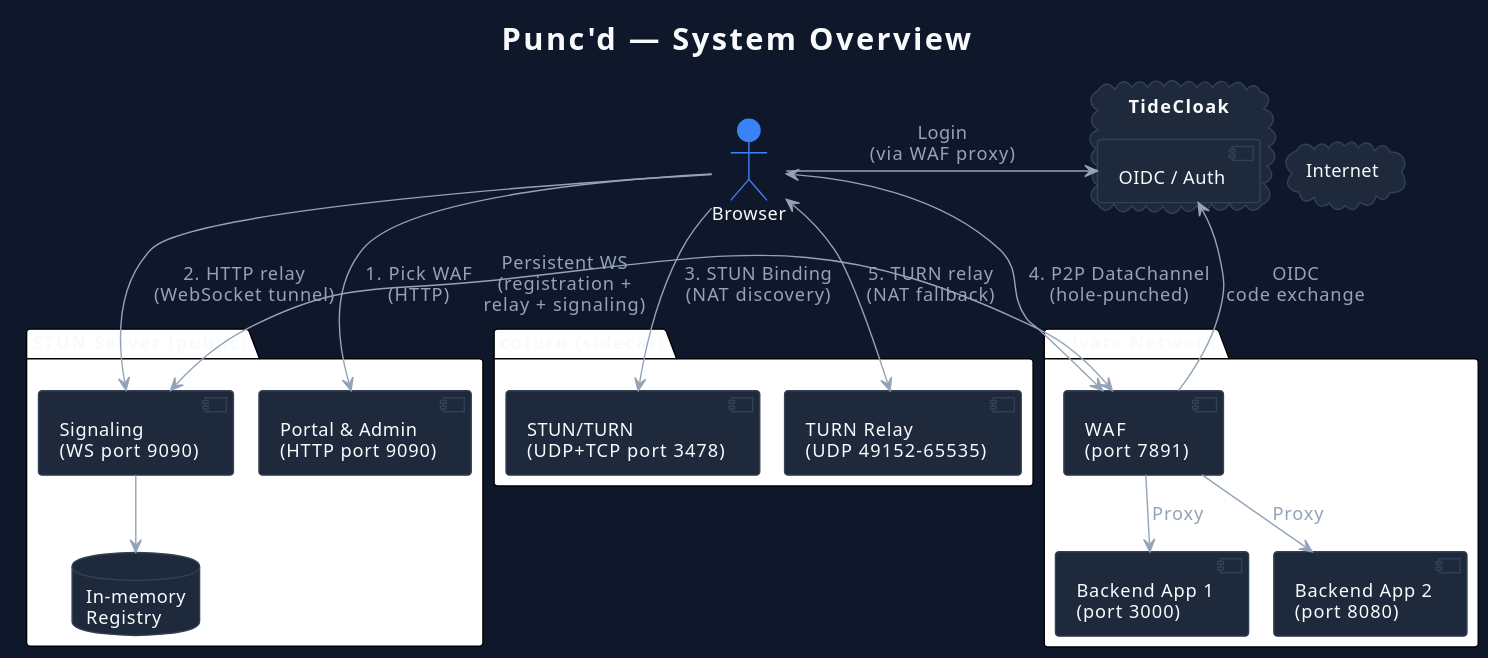
Above: bridges/punchd-bridge/docs/diagrams/system-overview.svg in tide-foundation/keylessh-m2 (PlantUML), before the change. The source it was exported from:
```plantuml
@startuml
!theme plain
!pragma layout smetana
title Punc'd — System Overview

skinparam {
  backgroundColor #0f172a
  defaultFontColor #f8fafc
  defaultFontName "Segoe UI"
  defaultFontSize 13
  ArrowColor #94a3b8
  ArrowFontColor #94a3b8
  NoteBackgroundColor #1e293b
  NoteBorderColor #334155
  NoteFontColor #f8fafc
  ComponentBackgroundColor #1e293b
  ComponentBorderColor #334155
  ComponentFontColor #f8fafc
  DatabaseBackgroundColor #1e293b
  DatabaseBorderColor #334155
  DatabaseFontColor #f8fafc
  CloudBackgroundColor #1e293b
  CloudBorderColor #334155
  CloudFontColor #f8fafc
  RectangleBorderColor #334155
  RectangleBackgroundColor #1e293b
  RectangleFontColor #f8fafc
  ActorBorderColor #3b82f6
  ActorBackgroundColor #1e293b
  ActorFontColor #f8fafc
}

actor "Browser" as browser #3b82f6

cloud "Internet" as inet {
}

package "STUN Server (public)" as stun {
  component "Signaling\n(WS port 9090)" as sig
  component "Portal & Admin\n(HTTP port 9090)" as portal
  database "In-memory\nRegistry" as reg
}

package "coturn (sidecar)" as coturnpkg {
  component "STUN/TURN\n(UDP+TCP port 3478)" as stunproto
  component "TURN Relay\n(UDP 49152-65535)" as relay
}

package "Private Network" as priv {
  component "WAF\n(port 7891)" as waf
  component "Backend App 1\n(port 3000)" as app1
  component "Backend App 2\n(port 8080)" as app2
}

cloud "TideCloak" as tc {
  component "OIDC / Auth" as oidc
}

browser -down-> portal : "1. Pick WAF\n(HTTP)"
browser -down-> sig : "2. HTTP relay\n(WebSocket tunnel)"
browser -down-> stunproto : "3. STUN Binding\n(NAT discovery)"
browser <-down-> relay : "5. TURN relay\n(NAT fallback)"
browser <-right-> waf : "4. P2P DataChannel\n(hole-punched)"

sig <-right-> waf : "Persistent WS\n(registration +\nrelay + signaling)"
sig -down-> reg

waf -down-> app1 : "Proxy"
waf -down-> app2 : "Proxy"
waf -left-> oidc : "OIDC\ncode exchange"
browser -right-> oidc : "Login\n(via WAF proxy)"
@enduml
```
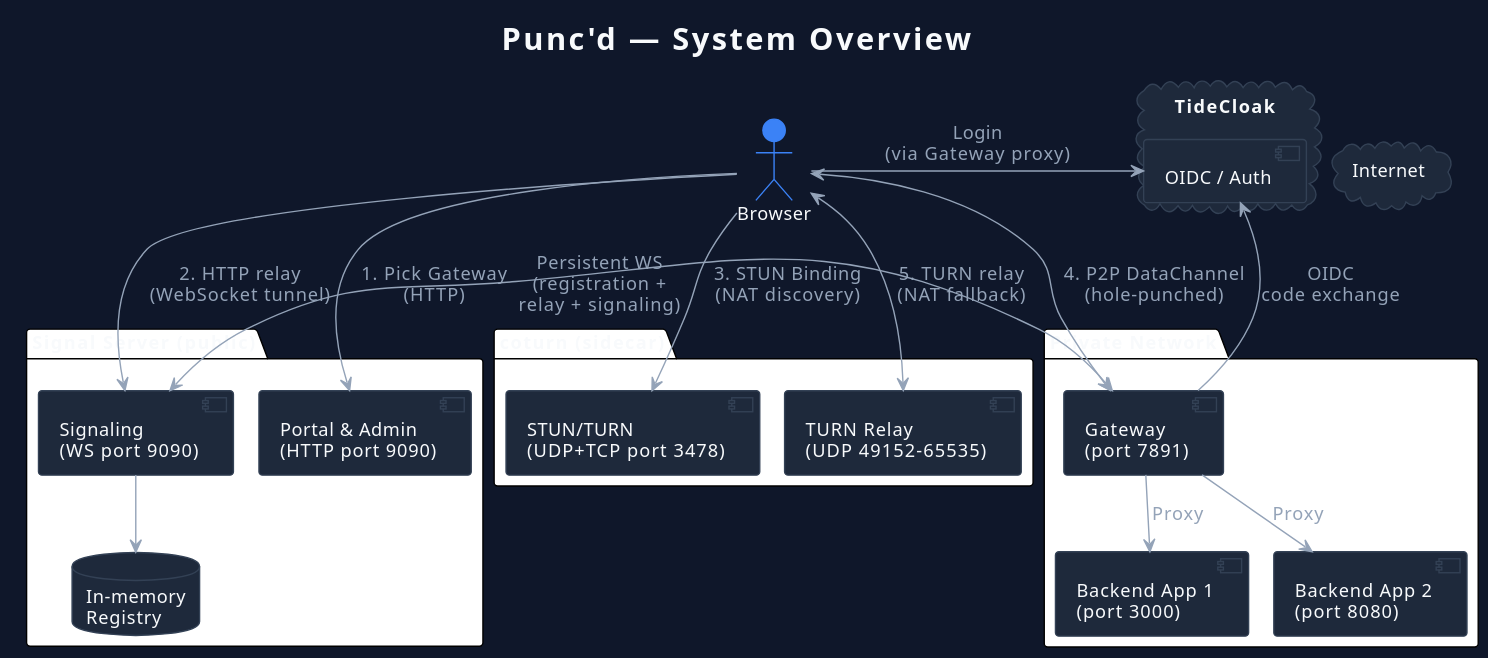
After the change.

Change to the diagram source:
```diff
@@ -35,7 +35,7 @@
 cloud "Internet" as inet {
 }
 
-package "STUN Server (public)" as stun {
+package "Signal Server (public)" as stun {
   component "Signaling\n(WS port 9090)" as sig
   component "Portal & Admin\n(HTTP port 9090)" as portal
   database "In-memory\nRegistry" as reg
@@ -47,7 +47,7 @@
 }
 
 package "Private Network" as priv {
-  component "WAF\n(port 7891)" as waf
+  component "Gateway\n(port 7891)" as gw
   component "Backend App 1\n(port 3000)" as app1
   component "Backend App 2\n(port 8080)" as app2
 }
@@ -56,17 +56,17 @@
   component "OIDC / Auth" as oidc
 }
 
-browser -down-> portal : "1. Pick WAF\n(HTTP)"
+browser -down-> portal : "1. Pick Gateway\n(HTTP)"
 browser -down-> sig : "2. HTTP relay\n(WebSocket tunnel)"
 browser -down-> stunproto : "3. STUN Binding\n(NAT discovery)"
 browser <-down-> relay : "5. TURN relay\n(NAT fallback)"
-browser <-right-> waf : "4. P2P DataChannel\n(hole-punched)"
+browser <-right-> gw : "4. P2P DataChannel\n(hole-punched)"
 
-sig <-right-> waf : "Persistent WS\n(registration +\nrelay + signaling)"
+sig <-right-> gw : "Persistent WS\n(registration +\nrelay + signaling)"
 sig -down-> reg
 
-waf -down-> app1 : "Proxy"
-waf -down-> app2 : "Proxy"
-waf -left-> oidc : "OIDC\ncode exchange"
-browser -right-> oidc : "Login\n(via WAF proxy)"
+gw -down-> app1 : "Proxy"
+gw -down-> app2 : "Proxy"
+gw -left-> oidc : "OIDC\ncode exchange"
+browser -right-> oidc : "Login\n(via Gateway proxy)"
 @enduml
```
